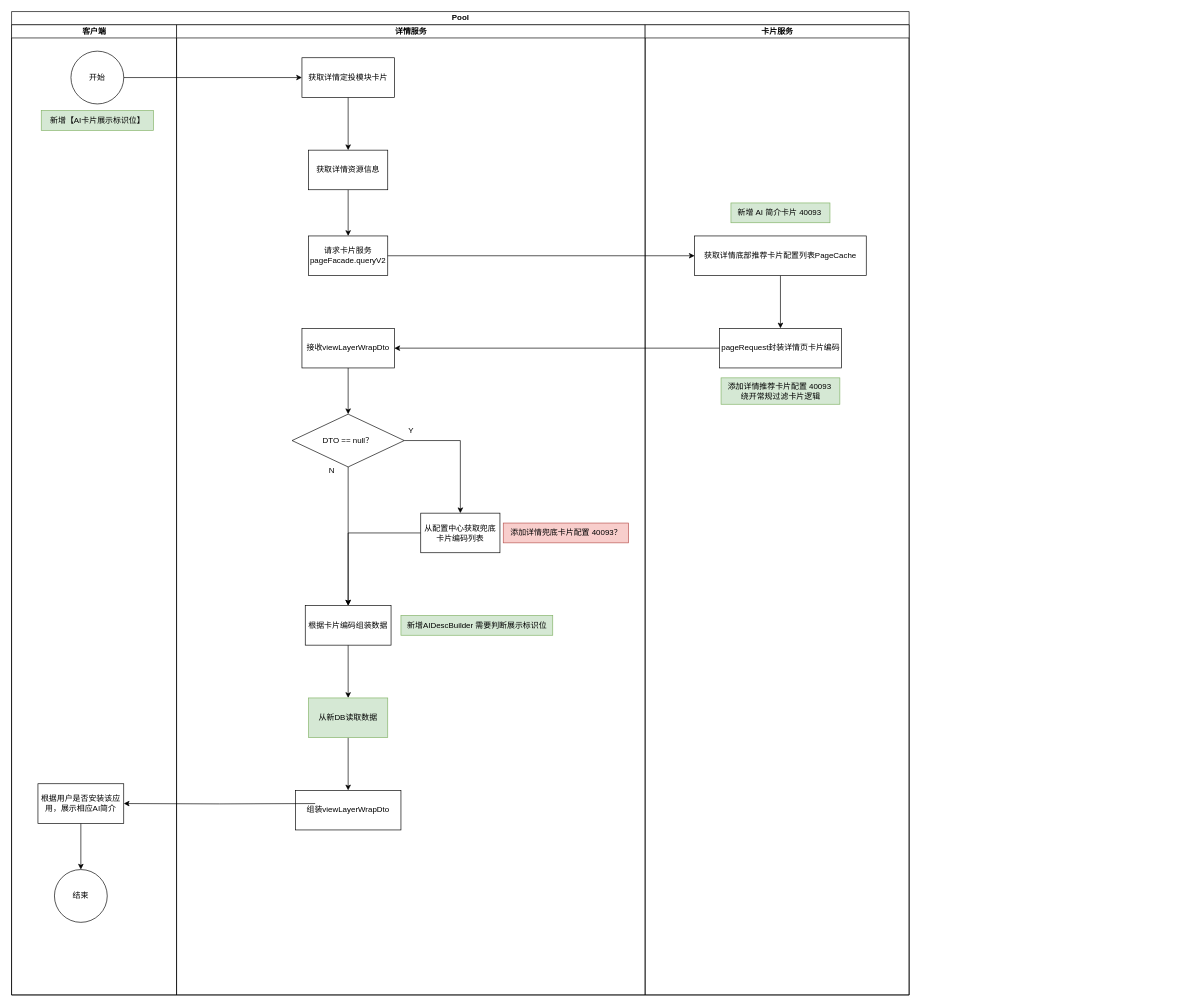
ETHAN0430/draw.io.repo keeps this draw.io diagram as 21941448 详情页新增AI简介.drawio. Above is the earlier version. Source tidied: cells renumbered, new cells numbered last; positions are measured from the earlier drawing's top-left corner, leaving out a move shared by most shapes. Both pictures are drawn from the tidied source at 66%, with x=0, y=0 at pixel (11, 11).
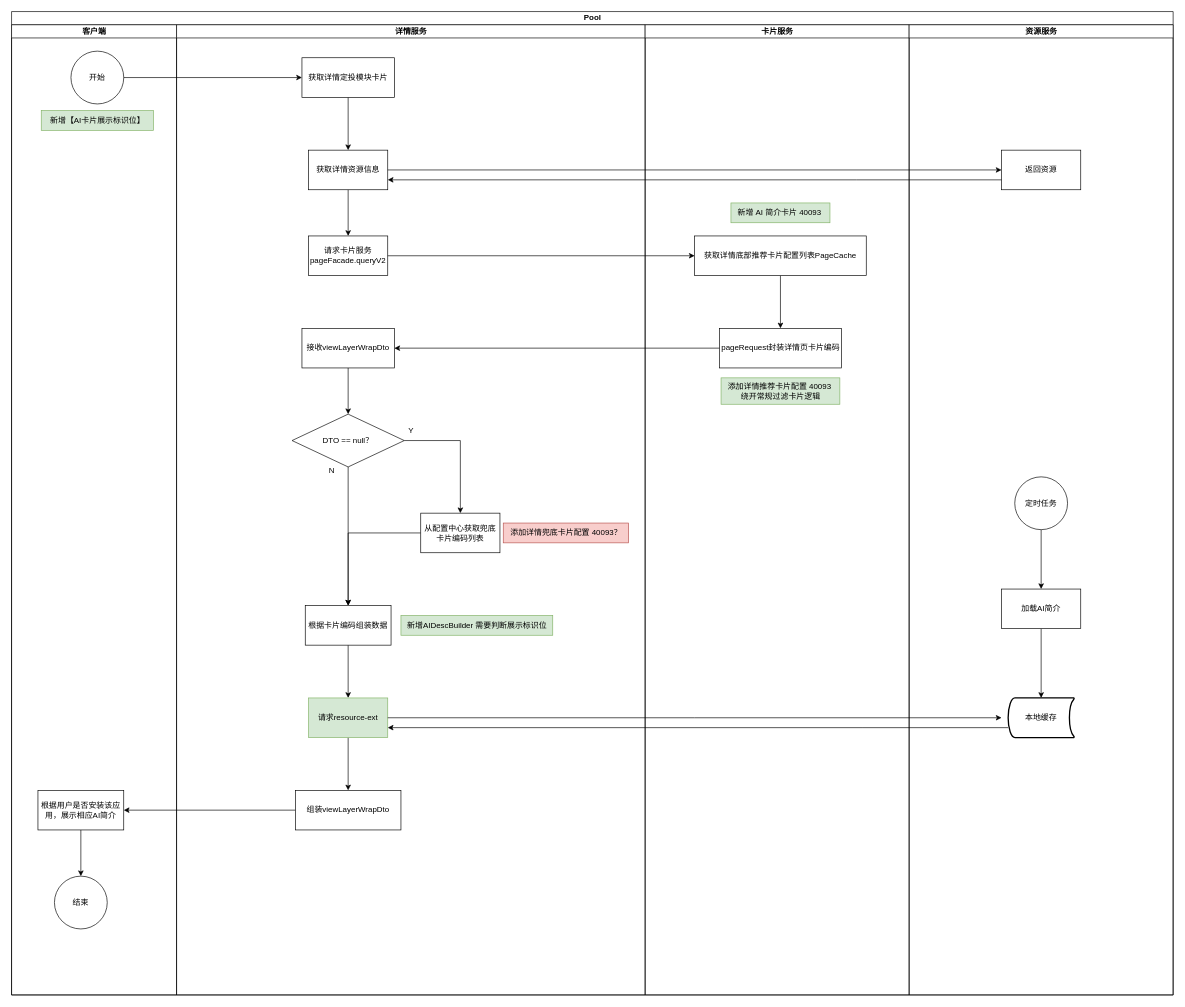
The same page after the edit.

Commit message:
更新21941448 详情页新增AI简介.drawio

Unchanged cells that the change refers to:
```xml
<mxCell id="3" value="客户端" style="swimlane;startSize=20;html=1;" parent="2" vertex="1">
  <mxGeometry y="20" width="250" height="1470" as="geometry" />
</mxCell>
<mxCell id="9" value="详情服务" style="swimlane;startSize=20;html=1;" parent="2" vertex="1">
  <mxGeometry x="250" y="20" width="710" height="1470" as="geometry" />
</mxCell>
<mxCell id="14" value="获取详情资源信息" style="whiteSpace=wrap;html=1;" parent="9" vertex="1">
  <mxGeometry x="200" y="190" width="120" height="60" as="geometry" />
</mxCell>
<mxCell id="30" value="组装viewLayerWrapDto" style="whiteSpace=wrap;html=1;" parent="9" vertex="1">
  <mxGeometry x="180" y="1160" width="160" height="60" as="geometry" />
</mxCell>
```

Diff of the diagram source:
```diff
@@
     <mxCell id="2" value="Pool" style="swimlane;startSize=20;html=1;" parent="1" vertex="1">
-      <mxGeometry width="1360" height="1490" as="geometry" />
+      <mxGeometry width="1760" height="1490" as="geometry" />
     </mxCell>
@@
     <mxCell id="6" value="根据用户是否安装该应用，展示相应AI简介" style="whiteSpace=wrap;html=1;" parent="3" vertex="1">
-      <mxGeometry x="40" y="1150" width="130" height="60" as="geometry" />
+      <mxGeometry x="40" y="1160" width="130" height="60" as="geometry" />
     </mxCell>
     <mxCell id="7" value="结束" style="ellipse;whiteSpace=wrap;html=1;" parent="3" vertex="1">
-      <mxGeometry x="65" y="1280" width="80" height="80" as="geometry" />
+      <mxGeometry x="65" y="1290" width="80" height="80" as="geometry" />
     </mxCell>
@@
-    <mxCell id="29" value="从新DB读取数据" style="whiteSpace=wrap;html=1;fillColor=#d5e8d4;strokeColor=#82b366;" parent="9" vertex="1">
+    <mxCell id="29" value="请求resource-ext" style="whiteSpace=wrap;html=1;fillColor=#d5e8d4;strokeColor=#82b366;" parent="9" vertex="1">
       <mxGeometry x="200" y="1020" width="120" height="60" as="geometry" />
     </mxCell>
@@
+    <mxCell id="41" value="资源服务" style="swimlane;startSize=20;html=1;" parent="2" vertex="1">
+      <mxGeometry x="1360" y="20" width="400" height="1470" as="geometry" />
+    </mxCell>
+    <mxCell id="42" value="返回资源" style="whiteSpace=wrap;html=1;" parent="41" vertex="1">
+      <mxGeometry x="140" y="190" width="120" height="60" as="geometry" />
+    </mxCell>
+    <mxCell id="43" style="edgeStyle=orthogonalEdgeStyle;rounded=0;jettySize=auto;html=1;" parent="41" edge="1" source="44" target="46">
+      <mxGeometry relative="1" as="geometry" />
+    </mxCell>
+    <mxCell id="44" value="定时任务" style="ellipse;whiteSpace=wrap;html=1;" parent="41" vertex="1">
+      <mxGeometry x="160" y="685" width="80" height="80" as="geometry" />
+    </mxCell>
+    <mxCell id="45" style="edgeStyle=orthogonalEdgeStyle;rounded=0;jettySize=auto;html=1;" parent="41" edge="1" source="46" target="47">
+      <mxGeometry relative="1" as="geometry" />
+    </mxCell>
+    <mxCell id="46" value="加载AI简介" style="whiteSpace=wrap;html=1;" parent="41" vertex="1">
+      <mxGeometry x="140" y="855" width="120" height="60" as="geometry" />
+    </mxCell>
+    <mxCell id="47" value="本地缓存" style="strokeWidth=2;html=1;shape=mxgraph.flowchart.stored_data;whiteSpace=wrap;" parent="41" vertex="1">
+      <mxGeometry x="150" y="1020" width="100" height="60" as="geometry" />
+    </mxCell>
-    <mxCell id="37" style="edgeStyle=orthogonalEdgeStyle;rounded=0;jettySize=auto;html=1;entryX=1;entryY=0.5;entryDx=0;entryDy=0;" parent="2" edge="1" target="6">
-      <mxGeometry relative="1" as="geometry">
-        <mxPoint x="460" y="1200" as="sourcePoint" />
-      </mxGeometry>
+    <mxCell id="37" style="edgeStyle=orthogonalEdgeStyle;rounded=0;jettySize=auto;html=1;entryX=1;entryY=0.5;entryDx=0;entryDy=0;exitX=0;exitY=0.5;exitDx=0;exitDy=0;" parent="2" edge="1" source="30" target="6">
+      <mxGeometry relative="1" as="geometry" />
     </mxCell>
@@
+    <mxCell id="48" style="edgeStyle=orthogonalEdgeStyle;rounded=0;jettySize=auto;html=1;" parent="2" edge="1" source="14" target="42">
+      <mxGeometry relative="1" as="geometry" />
+    </mxCell>
+    <mxCell id="49" style="edgeStyle=orthogonalEdgeStyle;rounded=0;jettySize=auto;html=1;entryX=1;entryY=0.75;entryDx=0;entryDy=0;" parent="2" edge="1" source="42" target="14">
+      <mxGeometry relative="1" as="geometry">
+        <Array as="points">
+          <mxPoint x="1280" y="255" />
+          <mxPoint x="1280" y="255" />
+        </Array>
+      </mxGeometry>
+    </mxCell>
+    <mxCell id="50" style="edgeStyle=orthogonalEdgeStyle;rounded=0;jettySize=auto;html=1;" parent="2" edge="1" source="29">
+      <mxGeometry relative="1" as="geometry">
+        <mxPoint x="1500" y="1070" as="targetPoint" />
+      </mxGeometry>
+    </mxCell>
+    <mxCell id="51" style="edgeStyle=orthogonalEdgeStyle;rounded=0;jettySize=auto;html=1;entryX=1;entryY=0.75;entryDx=0;entryDy=0;" parent="2" edge="1" source="47" target="29">
+      <mxGeometry relative="1" as="geometry">
+        <Array as="points">
+          <mxPoint x="1290" y="1085" />
+          <mxPoint x="1290" y="1085" />
+        </Array>
+      </mxGeometry>
+    </mxCell>
```
